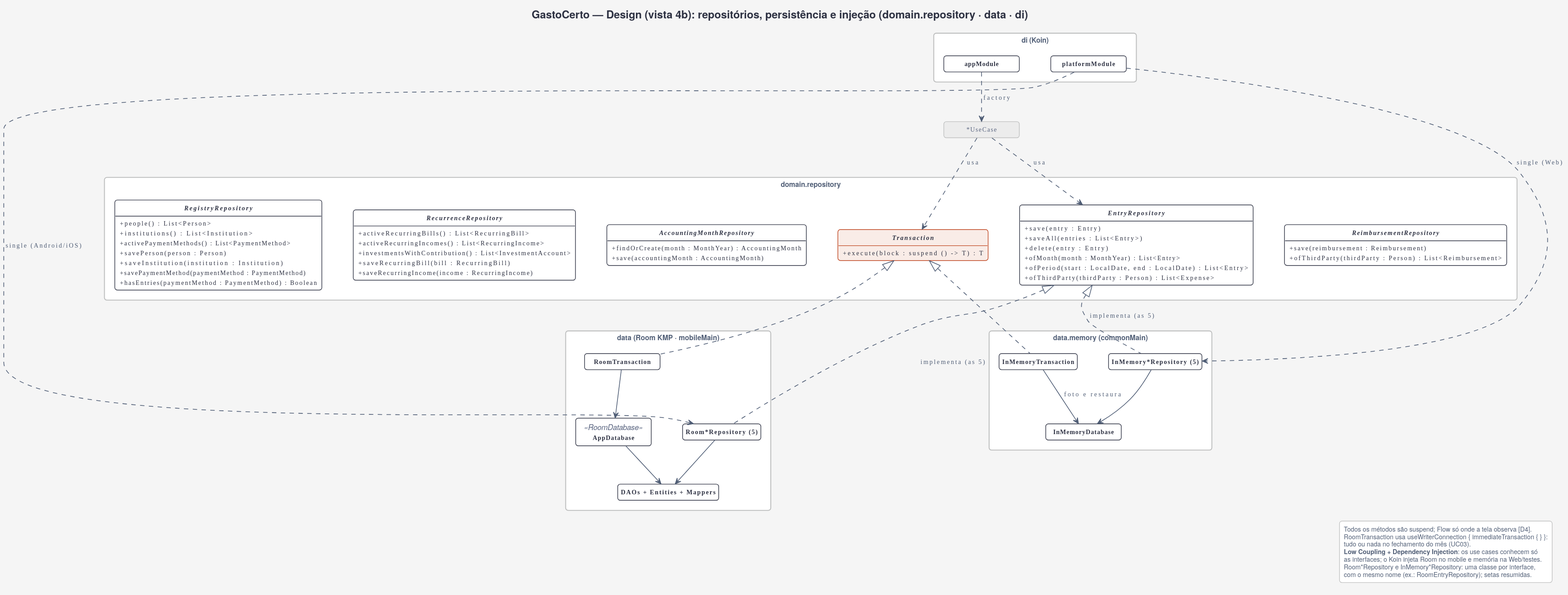
Before: docs/uml/design-4b-persistencia.svg, a diagram exported from PlantUML (gabrielfbarbosa/gasto-certo).
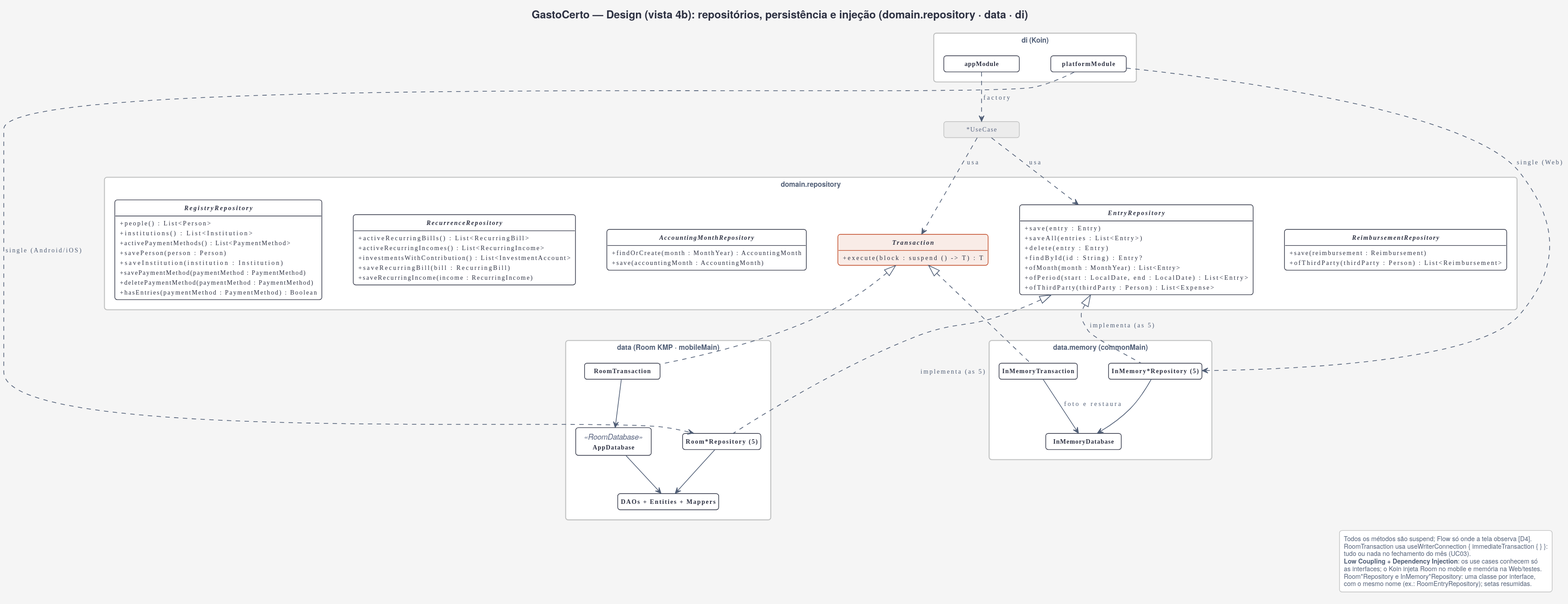
After the commit.

The edit, as a diff of the source:
```diff
@@ -13,6 +13,7 @@
     + save(entry : Entry)
     + saveAll(entries : List<Entry>)
     + delete(entry : Entry)
+    + findById(id : String) : Entry?
     + ofMonth(month : MonthYear) : List<Entry>
     + ofPeriod(start : LocalDate, end : LocalDate) : List<Entry>
     + ofThirdParty(thirdParty : Person) : List<Expense>
@@ -28,6 +29,7 @@
     + savePerson(person : Person)
     + saveInstitution(institution : Institution)
     + savePaymentMethod(paymentMethod : PaymentMethod)
+    + deletePaymentMethod(paymentMethod : PaymentMethod)
     + hasEntries(paymentMethod : PaymentMethod) : Boolean
   }
   interface RecurrenceRepository {
```
